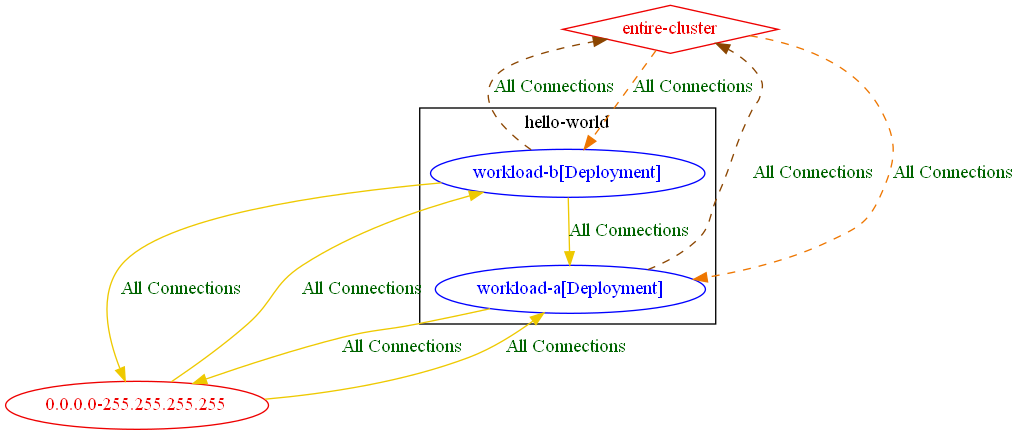
This is test_outputs/connlist/exposure_test_with_anp_10_with_real_pod_exposure_output.dot.png from np-guard/netpol-analyzer, a Graphviz export, as it was before one commit. Its source is kept beside it as test_outputs/connlist/exposure_test_with_anp_10_with_real_pod_exposure_output.dot.
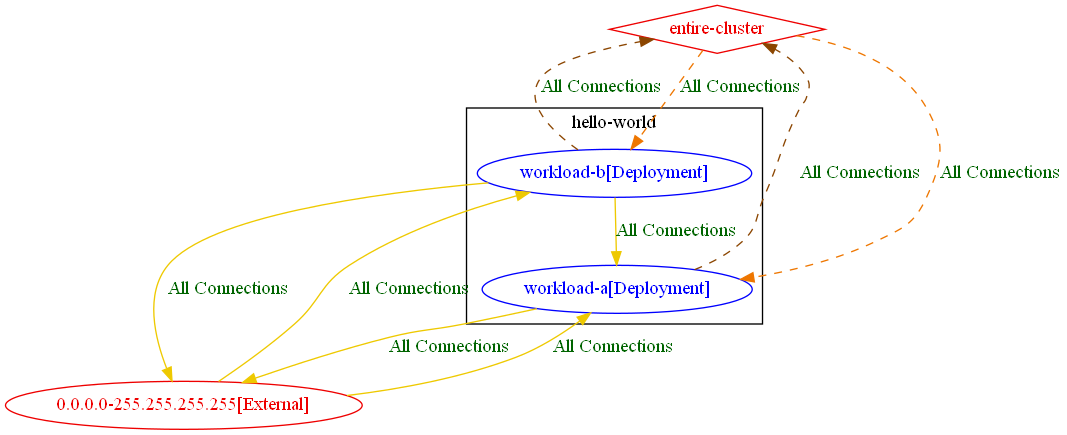
After the change.

Change to the diagram source:
```diff
@@ -6,15 +6,15 @@
 		"hello-world/workload-b[Deployment]" [label="workload-b[Deployment]" color="blue" fontcolor="blue"]
 		label="hello-world"
 	}
-	"0.0.0.0-255.255.255.255" [label="0.0.0.0-255.255.255.255" color="red2" fontcolor="red2"]
+	"0.0.0.0-255.255.255.255[External]" [label="0.0.0.0-255.255.255.255[External]" color="red2" fontcolor="red2"]
 	"entire-cluster" [label="entire-cluster" color="red2" fontcolor="red2" shape=diamond]
-	"0.0.0.0-255.255.255.255" -> "hello-world/workload-a[Deployment]" [label="All Connections" color="gold2" fontcolor="darkgreen" weight=0.5]
-	"0.0.0.0-255.255.255.255" -> "hello-world/workload-b[Deployment]" [label="All Connections" color="gold2" fontcolor="darkgreen" weight=0.5]
+	"0.0.0.0-255.255.255.255[External]" -> "hello-world/workload-a[Deployment]" [label="All Connections" color="gold2" fontcolor="darkgreen" weight=0.5]
+	"0.0.0.0-255.255.255.255[External]" -> "hello-world/workload-b[Deployment]" [label="All Connections" color="gold2" fontcolor="darkgreen" weight=0.5]
 	"entire-cluster" -> "hello-world/workload-a[Deployment]" [label="All Connections" color="darkorange2" fontcolor="darkgreen" weight=1 style=dashed]
 	"entire-cluster" -> "hello-world/workload-b[Deployment]" [label="All Connections" color="darkorange2" fontcolor="darkgreen" weight=1 style=dashed]
-	"hello-world/workload-a[Deployment]" -> "0.0.0.0-255.255.255.255" [label="All Connections" color="gold2" fontcolor="darkgreen" weight=1]
+	"hello-world/workload-a[Deployment]" -> "0.0.0.0-255.255.255.255[External]" [label="All Connections" color="gold2" fontcolor="darkgreen" weight=1]
 	"hello-world/workload-a[Deployment]" -> "entire-cluster" [label="All Connections" color="darkorange4" fontcolor="darkgreen" weight=0.5 style=dashed]
-	"hello-world/workload-b[Deployment]" -> "0.0.0.0-255.255.255.255" [label="All Connections" color="gold2" fontcolor="darkgreen" weight=1]
+	"hello-world/workload-b[Deployment]" -> "0.0.0.0-255.255.255.255[External]" [label="All Connections" color="gold2" fontcolor="darkgreen" weight=1]
 	"hello-world/workload-b[Deployment]" -> "entire-cluster" [label="All Connections" color="darkorange4" fontcolor="darkgreen" weight=0.5 style=dashed]
 	"hello-world/workload-b[Deployment]" -> "hello-world/workload-a[Deployment]" [label="All Connections" color="gold2" fontcolor="darkgreen" weight=1]
 }
```
